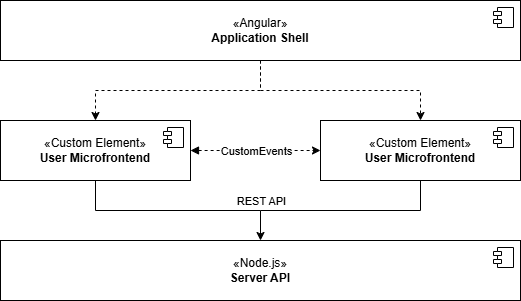
Earlier version of the draw.io export thesis/images/app-architecture.png (PavolRepisky/microfrontends). Source tidied: cells renumbered, new cells last; positions are measured from the earlier drawing's top-left corner, leaving out a move shared by most shapes. Source of this version:
```xml
<mxGraphModel>
  <root>
    <mxCell id="0" />
    <mxCell id="1" parent="0" />
    <mxCell id="2" style="edgeStyle=orthogonalEdgeStyle;rounded=0;jettySize=auto;html=1;entryX=0.5;entryY=0;entryDx=0;entryDy=0;dashed=1;" parent="1" edge="1" source="3" target="10">
      <mxGeometry relative="1" as="geometry" />
    </mxCell>
    <mxCell id="3" value="«Angular»&lt;br&gt;&lt;b&gt;Application Shell&lt;/b&gt;" style="html=1;whiteSpace=wrap;" parent="1" vertex="1">
      <mxGeometry width="520" height="60" as="geometry" />
    </mxCell>
    <mxCell id="4" style="shape=module;jettyWidth=8;jettyHeight=4;" parent="3" vertex="1">
      <mxGeometry x="1" width="20" height="20" relative="1" as="geometry">
        <mxPoint x="-27" y="7" as="offset" />
      </mxGeometry>
    </mxCell>
    <mxCell id="5" style="edgeStyle=orthogonalEdgeStyle;rounded=0;jettySize=auto;html=1;exitX=1;exitY=0.5;exitDx=0;exitDy=0;entryX=0;entryY=0.5;entryDx=0;entryDy=0;dashed=1;startArrow=block;startFill=1;" parent="1" edge="1" source="8" target="10">
      <mxGeometry relative="1" as="geometry" />
    </mxCell>
    <mxCell id="6" value="CustomEvents" style="edgeLabel;html=1;align=center;verticalAlign=middle;" parent="5" vertex="1">
      <mxGeometry x="-0.08" y="2" relative="1" as="geometry">
        <mxPoint x="5" y="2" as="offset" />
      </mxGeometry>
    </mxCell>
    <mxCell id="7" style="edgeStyle=orthogonalEdgeStyle;rounded=0;jettySize=auto;html=1;exitX=0.5;exitY=1;exitDx=0;exitDy=0;endArrow=none;startFill=0;" parent="1" edge="1" source="8">
      <mxGeometry relative="1" as="geometry">
        <mxPoint x="260" y="210" as="targetPoint" />
        <Array as="points">
          <mxPoint x="95" y="210" />
        </Array>
      </mxGeometry>
    </mxCell>
    <mxCell id="8" value="«Custom Element»&lt;br&gt;&lt;b&gt;User Microfrontend&lt;/b&gt;" style="html=1;whiteSpace=wrap;" parent="1" vertex="1">
      <mxGeometry y="120" width="190" height="60" as="geometry" />
    </mxCell>
    <mxCell id="9" style="shape=module;jettyWidth=8;jettyHeight=4;" parent="8" vertex="1">
      <mxGeometry x="1" width="20" height="20" relative="1" as="geometry">
        <mxPoint x="-27" y="7" as="offset" />
      </mxGeometry>
    </mxCell>
    <mxCell id="10" value="«Custom Element»&lt;br&gt;&lt;b&gt;User Microfrontend&lt;/b&gt;" style="html=1;whiteSpace=wrap;" parent="1" vertex="1">
      <mxGeometry x="320" y="120" width="200" height="60" as="geometry" />
    </mxCell>
    <mxCell id="11" style="shape=module;jettyWidth=8;jettyHeight=4;" parent="10" vertex="1">
      <mxGeometry x="1" width="20" height="20" relative="1" as="geometry">
        <mxPoint x="-27" y="7" as="offset" />
      </mxGeometry>
    </mxCell>
    <mxCell id="12" value="«Node.js»&lt;br&gt;&lt;b&gt;Server API&lt;/b&gt;" style="html=1;whiteSpace=wrap;" parent="1" vertex="1">
      <mxGeometry y="240" width="520" height="60" as="geometry" />
    </mxCell>
    <mxCell id="13" style="shape=module;jettyWidth=8;jettyHeight=4;" parent="12" vertex="1">
      <mxGeometry x="1" width="20" height="20" relative="1" as="geometry">
        <mxPoint x="-27" y="7" as="offset" />
      </mxGeometry>
    </mxCell>
    <mxCell id="14" style="edgeStyle=orthogonalEdgeStyle;rounded=0;jettySize=auto;html=1;dashed=1;exitX=0.5;exitY=1;exitDx=0;exitDy=0;" parent="1" edge="1" source="3" target="8">
      <mxGeometry relative="1" as="geometry" />
    </mxCell>
    <mxCell id="15" style="edgeStyle=orthogonalEdgeStyle;rounded=0;jettySize=auto;html=1;entryX=0.5;entryY=0;entryDx=0;entryDy=0;" parent="1" edge="1" source="10" target="12">
      <mxGeometry relative="1" as="geometry" />
    </mxCell>
    <mxCell id="16" value="REST API" style="edgeLabel;html=1;align=center;verticalAlign=middle;" parent="15" vertex="1">
      <mxGeometry y="2" relative="1" as="geometry">
        <mxPoint x="-80" y="-12" as="offset" />
      </mxGeometry>
    </mxCell>
  </root>
</mxGraphModel>
```
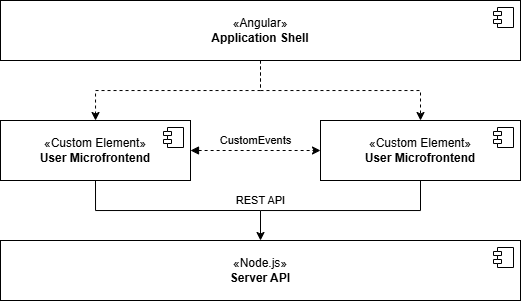
After the commit.

Change to the diagram source:
```diff
@@ -16,9 +16,9 @@
     <mxCell id="5" style="edgeStyle=orthogonalEdgeStyle;rounded=0;jettySize=auto;html=1;exitX=1;exitY=0.5;exitDx=0;exitDy=0;entryX=0;entryY=0.5;entryDx=0;entryDy=0;dashed=1;startArrow=block;startFill=1;" parent="1" edge="1" source="8" target="10">
       <mxGeometry relative="1" as="geometry" />
     </mxCell>
-    <mxCell id="6" value="CustomEvents" style="edgeLabel;html=1;align=center;verticalAlign=middle;" parent="5" vertex="1">
+    <mxCell id="6" value="CustomEvents" style="edgeLabel;html=1;align=center;verticalAlign=middle;labelBackgroundColor=none;" parent="5" vertex="1">
       <mxGeometry x="-0.08" y="2" relative="1" as="geometry">
-        <mxPoint x="5" y="2" as="offset" />
+        <mxPoint x="5" y="-8" as="offset" />
       </mxGeometry>
     </mxCell>
     <mxCell id="7" style="edgeStyle=orthogonalEdgeStyle;rounded=0;jettySize=auto;html=1;exitX=0.5;exitY=1;exitDx=0;exitDy=0;endArrow=none;startFill=0;" parent="1" edge="1" source="8">
@@ -59,7 +59,7 @@
     <mxCell id="15" style="edgeStyle=orthogonalEdgeStyle;rounded=0;jettySize=auto;html=1;entryX=0.5;entryY=0;entryDx=0;entryDy=0;" parent="1" edge="1" source="10" target="12">
       <mxGeometry relative="1" as="geometry" />
     </mxCell>
-    <mxCell id="16" value="REST API" style="edgeLabel;html=1;align=center;verticalAlign=middle;" parent="15" vertex="1">
+    <mxCell id="16" value="REST API" style="edgeLabel;html=1;align=center;verticalAlign=middle;labelBackgroundColor=none;" parent="15" vertex="1">
       <mxGeometry y="2" relative="1" as="geometry">
         <mxPoint x="-80" y="-12" as="offset" />
       </mxGeometry>
```
